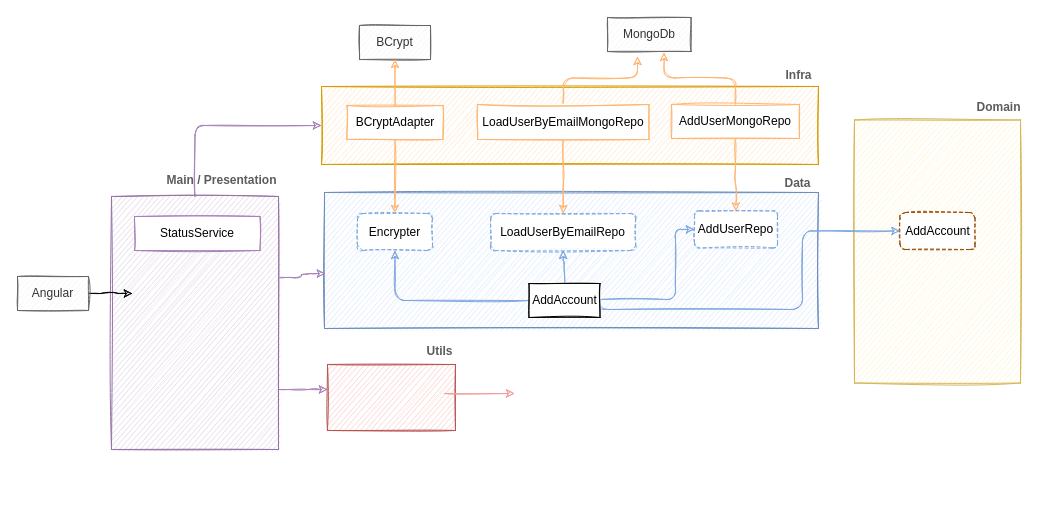
Earlier version of the draw.io diagram requirements/signup/Sign-Up.drawio (alioshr/clean-node-ts). Source tidied: cells renumbered, new cells numbered last; positions are measured from the earlier drawing's top-left corner, leaving out a move shared by most shapes. Both pictures are drawn from the tidied source at 100%, with x=0, y=0 at pixel (17, 17).
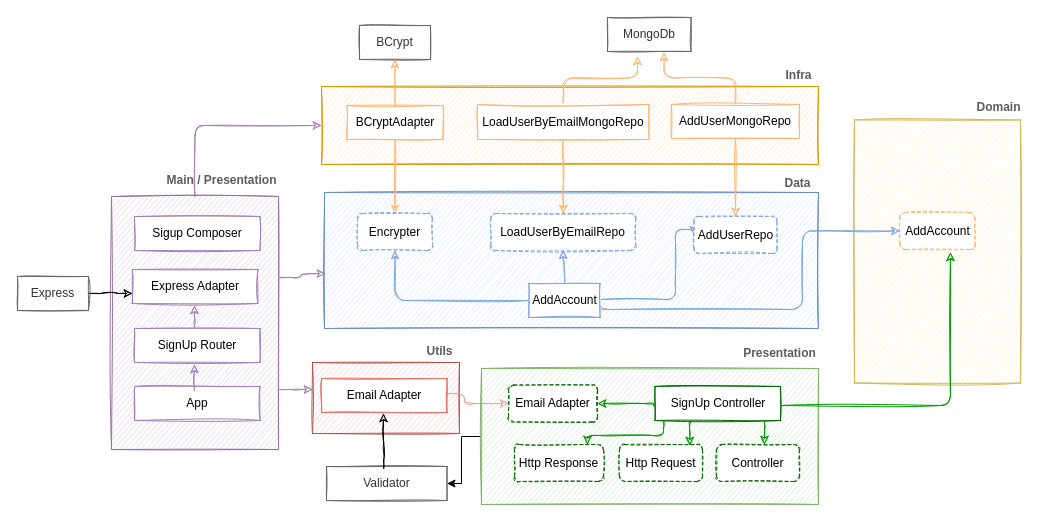
The same diagram, later.

What changed in the source:
```diff
@@
     <mxCell id="10" style="rounded=0;whiteSpace=wrap;html=1;sketch=1;strokeColor=#b85450;fillColor=#f8cecc;" parent="1" vertex="1">
-      <mxGeometry x="310" y="347" width="128" height="66" as="geometry" />
+      <mxGeometry x="295" y="345" width="147" height="71" as="geometry" />
     </mxCell>
@@
-    <mxCell id="18" value="AddAccount" style="rounded=1;whiteSpace=wrap;html=1;sketch=1;dashed=1;shadow=0;strokeColor=#994C00;" parent="1" vertex="1">
+    <mxCell id="18" value="AddAccount" style="rounded=1;whiteSpace=wrap;html=1;sketch=1;dashed=1;shadow=0;strokeColor=#FFB570;" parent="1" vertex="1">
       <mxGeometry x="882.5" y="195" width="75" height="37" as="geometry" />
     </mxCell>
@@
-    <mxCell id="21" style="edgeStyle=orthogonalEdgeStyle;rounded=1;sketch=1;orthogonalLoop=1;jettySize=auto;html=1;exitX=1;exitY=0.5;exitDx=0;exitDy=0;fontColor=#5C5C5C;fillColor=#21C0A5;strokeColor=#F19C99;" parent="1" edge="1">
+    <mxCell id="21" style="edgeStyle=orthogonalEdgeStyle;rounded=1;sketch=1;jettySize=auto;html=1;exitX=1;exitY=0.5;exitDx=0;exitDy=0;fontColor=#5C5C5C;fillColor=#21C0A5;strokeColor=#F19C99;entryX=0;entryY=0.5;entryDx=0;entryDy=0;" parent="1" edge="1" target="61">
       <mxGeometry relative="1" as="geometry">
         <mxPoint x="427" y="376" as="sourcePoint" />
-        <mxPoint x="497.2" y="376" as="targetPoint" />
+        <Array as="points">
+          <mxPoint x="447" y="376" />
+          <mxPoint x="447" y="386" />
+        </Array>
       </mxGeometry>
     </mxCell>
@@
-    <mxCell id="26" value="AddAccount" style="rounded=0;whiteSpace=wrap;html=1;sketch=1;" parent="1" vertex="1">
+    <mxCell id="26" value="AddAccount" style="rounded=0;whiteSpace=wrap;html=1;sketch=1;strokeColor=#7EA6E0;" parent="1" vertex="1">
       <mxGeometry x="511.5" y="266" width="71" height="34" as="geometry" />
     </mxCell>
@@
     <mxCell id="35" value="AddUserRepo" style="rounded=1;whiteSpace=wrap;html=1;sketch=1;dashed=1;shadow=0;strokeColor=#7EA6E0;" parent="1" vertex="1">
-      <mxGeometry x="677" y="193.5" width="83" height="37" as="geometry" />
+      <mxGeometry x="676.5" y="199" width="83" height="37" as="geometry" />
     </mxCell>
@@
-    <mxCell id="38" value="Angular" style="rounded=0;whiteSpace=wrap;html=1;sketch=1;fillColor=#f5f5f5;strokeColor=#666666;fontColor=#333333;" parent="1" vertex="1">
+    <mxCell id="38" value="Express" style="rounded=0;whiteSpace=wrap;html=1;sketch=1;fillColor=#f5f5f5;strokeColor=#666666;fontColor=#333333;" parent="1" vertex="1">
       <mxGeometry y="259" width="71" height="34" as="geometry" />
     </mxCell>
-    <mxCell id="39" value="StatusService" style="rounded=0;whiteSpace=wrap;html=1;sketch=1;strokeColor=#A680B8;" parent="1" vertex="1">
+    <mxCell id="39" value="Sigup Composer" style="rounded=0;whiteSpace=wrap;html=1;sketch=1;strokeColor=#A680B8;" parent="1" vertex="1">
       <mxGeometry x="117" y="199" width="125.5" height="34" as="geometry" />
     </mxCell>
@@
+    <mxCell id="46" value="Express Adapter" style="rounded=0;whiteSpace=wrap;html=1;sketch=1;strokeColor=#A680B8;" parent="1" vertex="1">
+      <mxGeometry x="114.8" y="252" width="125.5" height="34" as="geometry" />
+    </mxCell>
+    <mxCell id="47" value="SignUp Router" style="rounded=0;whiteSpace=wrap;html=1;sketch=1;strokeColor=#A680B8;" parent="1" vertex="1">
+      <mxGeometry x="117" y="311" width="125.5" height="34" as="geometry" />
+    </mxCell>
+    <mxCell id="48" value="App" style="rounded=0;whiteSpace=wrap;html=1;sketch=1;strokeColor=#A680B8;" parent="1" vertex="1">
+      <mxGeometry x="117" y="369" width="125.5" height="34" as="geometry" />
+    </mxCell>
+    <mxCell id="49" style="edgeStyle=orthogonalEdgeStyle;rounded=1;sketch=1;orthogonalLoop=1;jettySize=auto;html=1;fontColor=#5C5C5C;fillColor=#21C0A5;strokeColor=#A680B8;" parent="1" edge="1">
+      <mxGeometry relative="1" as="geometry">
+        <mxPoint x="177" y="311" as="sourcePoint" />
+        <mxPoint x="177" y="288" as="targetPoint" />
+        <Array as="points">
+          <mxPoint x="177" y="304" />
+          <mxPoint x="177" y="304" />
+        </Array>
+      </mxGeometry>
+    </mxCell>
+    <mxCell id="50" style="edgeStyle=orthogonalEdgeStyle;rounded=1;sketch=1;orthogonalLoop=1;jettySize=auto;html=1;fontColor=#5C5C5C;fillColor=#21C0A5;strokeColor=#A680B8;" parent="1" edge="1">
+      <mxGeometry relative="1" as="geometry">
+        <mxPoint x="177" y="373" as="sourcePoint" />
+        <mxPoint x="177" y="347" as="targetPoint" />
+        <Array as="points">
+          <mxPoint x="177" y="347" />
+        </Array>
+      </mxGeometry>
+    </mxCell>
+    <mxCell id="51" style="edgeStyle=orthogonalEdgeStyle;rounded=0;jettySize=auto;html=1;" parent="1" edge="1" source="52" target="55">
+      <mxGeometry relative="1" as="geometry" />
+    </mxCell>
+    <mxCell id="52" style="rounded=0;whiteSpace=wrap;html=1;sketch=1;strokeColor=#82b366;fillColor=#d5e8d4;" parent="1" vertex="1">
+      <mxGeometry x="464" y="351" width="337" height="136" as="geometry" />
+    </mxCell>
+    <mxCell id="53" value="&lt;b&gt;Presentation&lt;/b&gt;" style="text;html=1;align=center;verticalAlign=middle;strokeColor=none;fontColor=#5C5C5C;" parent="1" vertex="1">
+      <mxGeometry x="720" y="327" width="83" height="18" as="geometry" />
+    </mxCell>
+    <mxCell id="54" value="Email Adapter" style="rounded=0;whiteSpace=wrap;html=1;sketch=1;strokeColor=#EA6B66;" parent="1" vertex="1">
+      <mxGeometry x="304" y="361" width="125.5" height="34" as="geometry" />
+    </mxCell>
+    <mxCell id="55" value="Validator" style="rounded=0;whiteSpace=wrap;html=1;sketch=1;fillColor=#f5f5f5;strokeColor=#666666;fontColor=#333333;" parent="1" vertex="1">
+      <mxGeometry x="309" y="449" width="120.5" height="34" as="geometry" />
+    </mxCell>
+    <mxCell id="56" style="edgeStyle=orthogonalEdgeStyle;rounded=1;sketch=1;orthogonalLoop=1;jettySize=auto;html=1;fontColor=#5C5C5C;fillColor=#21C0A5;" parent="1" edge="1">
+      <mxGeometry relative="1" as="geometry">
+        <mxPoint x="366.2" y="451" as="sourcePoint" />
+        <mxPoint x="366" y="396" as="targetPoint" />
+        <Array as="points">
+          <mxPoint x="366" y="435" />
+          <mxPoint x="366" y="435" />
+        </Array>
+      </mxGeometry>
+    </mxCell>
+    <mxCell id="57" value="SignUp Controller" style="rounded=0;whiteSpace=wrap;html=1;sketch=1;strokeColor=#006600;" parent="1" vertex="1">
+      <mxGeometry x="637.5" y="369" width="125.5" height="34" as="geometry" />
+    </mxCell>
+    <mxCell id="58" value="Http Response" style="rounded=1;whiteSpace=wrap;html=1;sketch=1;dashed=1;shadow=0;strokeColor=#006600;" parent="1" vertex="1">
+      <mxGeometry x="497" y="427" width="89" height="37" as="geometry" />
+    </mxCell>
+    <mxCell id="59" value="Http Request" style="rounded=1;whiteSpace=wrap;html=1;sketch=1;dashed=1;shadow=0;strokeColor=#006600;" parent="1" vertex="1">
+      <mxGeometry x="602" y="427" width="83" height="37" as="geometry" />
+    </mxCell>
+    <mxCell id="60" value="Controller" style="rounded=1;whiteSpace=wrap;html=1;sketch=1;dashed=1;shadow=0;strokeColor=#006600;" parent="1" vertex="1">
+      <mxGeometry x="699" y="427" width="83" height="37" as="geometry" />
+    </mxCell>
+    <mxCell id="61" value="Email Adapter" style="rounded=1;whiteSpace=wrap;html=1;sketch=1;dashed=1;shadow=0;strokeColor=#006600;" parent="1" vertex="1">
+      <mxGeometry x="491" y="367.5" width="89" height="37" as="geometry" />
+    </mxCell>
+    <mxCell id="62" style="edgeStyle=orthogonalEdgeStyle;rounded=1;sketch=1;jettySize=auto;html=1;fontColor=#5C5C5C;fillColor=#21C0A5;strokeColor=#009900;entryX=1;entryY=0.5;entryDx=0;entryDy=0;" parent="1" edge="1" target="61">
+      <mxGeometry relative="1" as="geometry">
+        <mxPoint x="637.5" y="388" as="sourcePoint" />
+        <Array as="points">
+          <mxPoint x="636" y="388" />
+          <mxPoint x="636" y="386" />
+        </Array>
+      </mxGeometry>
+    </mxCell>
+    <mxCell id="63" style="edgeStyle=orthogonalEdgeStyle;rounded=1;sketch=1;orthogonalLoop=1;jettySize=auto;html=1;fontColor=#5C5C5C;fillColor=#21C0A5;strokeColor=#009900;" parent="1" edge="1">
+      <mxGeometry relative="1" as="geometry">
+        <mxPoint x="673.5" y="404.5" as="sourcePoint" />
+        <mxPoint x="672.2" y="428" as="targetPoint" />
+        <Array as="points">
+          <mxPoint x="672.2" y="404.5" />
+        </Array>
+      </mxGeometry>
+    </mxCell>
+    <mxCell id="64" style="edgeStyle=orthogonalEdgeStyle;rounded=1;sketch=1;jettySize=auto;html=1;fontColor=#5C5C5C;fillColor=#21C0A5;strokeColor=#009900;entryX=0.82;entryY=0;entryDx=0;entryDy=0;entryPerimeter=0;" parent="1" edge="1" target="58">
+      <mxGeometry relative="1" as="geometry">
+        <mxPoint x="647.2" y="403" as="sourcePoint" />
+        <Array as="points">
+          <mxPoint x="646" y="403" />
+          <mxPoint x="646" y="418" />
+          <mxPoint x="570" y="418" />
+        </Array>
+      </mxGeometry>
+    </mxCell>
+    <mxCell id="65" style="edgeStyle=orthogonalEdgeStyle;rounded=1;sketch=1;orthogonalLoop=1;jettySize=auto;html=1;fontColor=#5C5C5C;fillColor=#21C0A5;strokeColor=#009900;" parent="1" edge="1">
+      <mxGeometry relative="1" as="geometry">
+        <mxPoint x="748.2" y="403.5" as="sourcePoint" />
+        <mxPoint x="747" y="427" as="targetPoint" />
+        <Array as="points">
+          <mxPoint x="747" y="403.5" />
+        </Array>
+      </mxGeometry>
+    </mxCell>
+    <mxCell id="66" style="edgeStyle=orthogonalEdgeStyle;rounded=1;sketch=1;jettySize=auto;html=1;fontColor=#5C5C5C;fillColor=#21C0A5;strokeColor=#009900;entryX=0.673;entryY=1.081;entryDx=0;entryDy=0;entryPerimeter=0;" parent="1" edge="1" target="18">
+      <mxGeometry relative="1" as="geometry">
+        <mxPoint x="764" y="388" as="sourcePoint" />
+        <Array as="points">
+          <mxPoint x="933" y="388" />
+        </Array>
+      </mxGeometry>
+    </mxCell>
```
